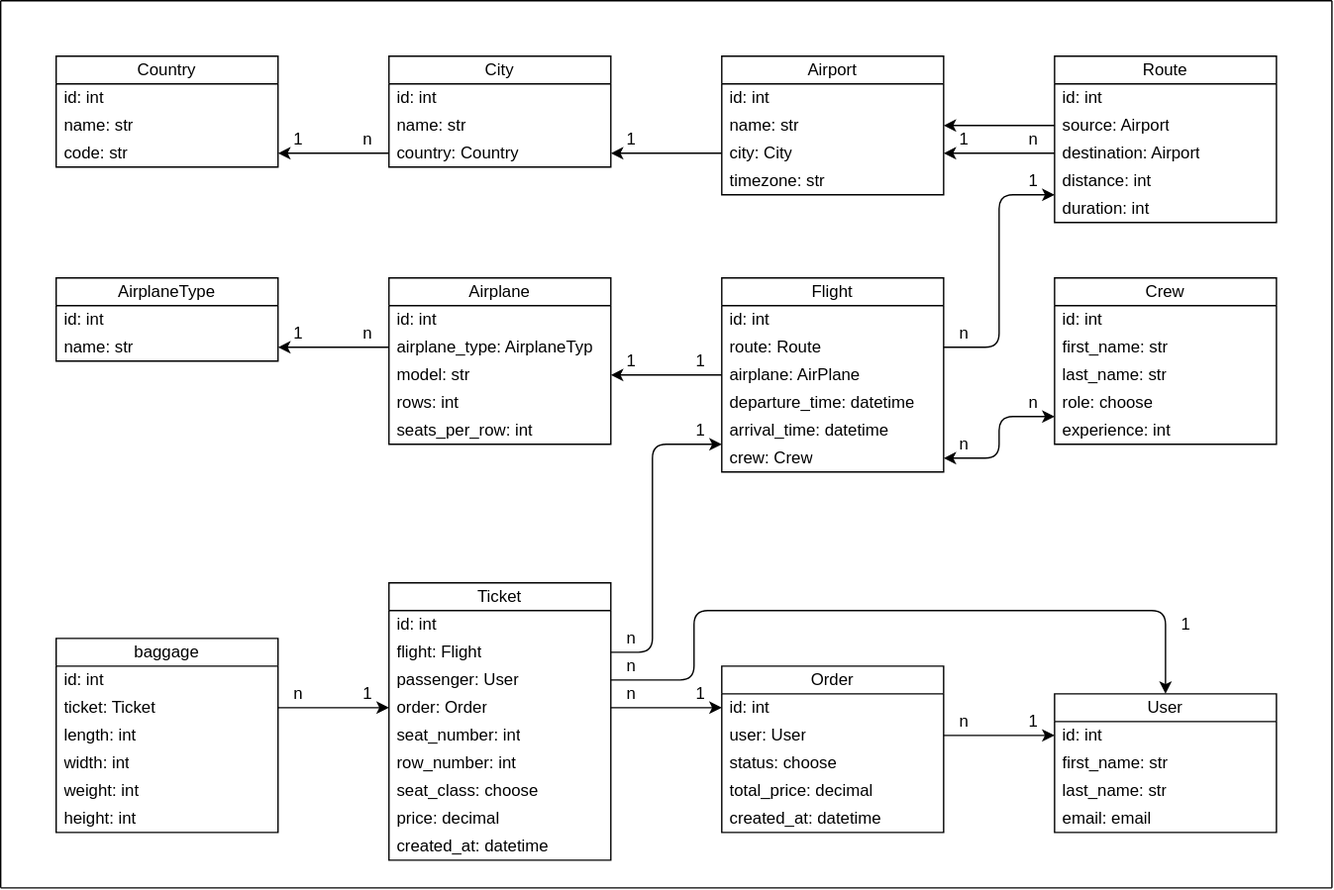
Above: model_structure.svg in SSSSSADO/airport-drf-api-service (draw.io), before the change. Source tidied: cells renumbered, new cells last; positions are measured from the earlier drawing's top-left corner, leaving out a move shared by most shapes.
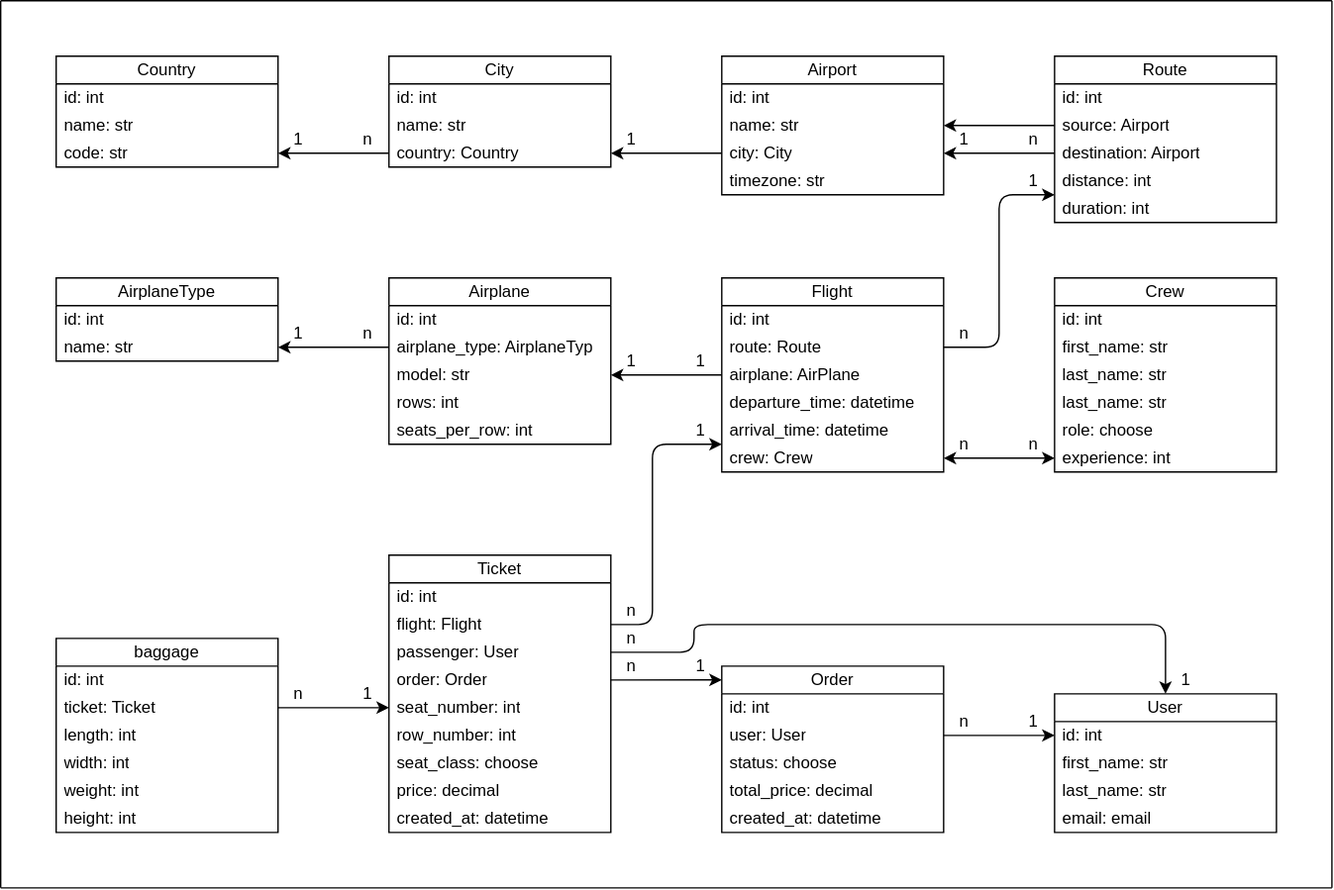
The same diagram one commit later.

What changed in the source:
```diff
@@ -90,7 +90,7 @@
       <mxGeometry y="100" width="160" height="20" as="geometry" />
     </mxCell>
     <mxCell id="31" value="Crew" style="swimlane;fontStyle=0;horizontal=1;startSize=20;whiteSpace=wrap;html=1;" parent="1" vertex="1">
-      <mxGeometry x="760" y="200" width="160" height="120" as="geometry" />
+      <mxGeometry x="760" y="200" width="160" height="140" as="geometry" />
     </mxCell>
     <mxCell id="32" value="id: int" style="text;strokeColor=none;fillColor=none;align=left;verticalAlign=middle;spacingLeft=4;spacingRight=4;overflow=hidden;whiteSpace=wrap;html=1;" parent="31" vertex="1">
       <mxGeometry y="20" width="160" height="20" as="geometry" />
@@ -98,14 +98,17 @@
     <mxCell id="33" value="first_name: str" style="text;strokeColor=none;fillColor=none;align=left;verticalAlign=middle;spacingLeft=4;spacingRight=4;overflow=hidden;whiteSpace=wrap;html=1;" parent="31" vertex="1">
       <mxGeometry y="40" width="160" height="20" as="geometry" />
     </mxCell>
+    <mxCell id="111" value="last_name: str" style="text;strokeColor=none;fillColor=none;align=left;verticalAlign=middle;spacingLeft=4;spacingRight=4;overflow=hidden;whiteSpace=wrap;html=1;" parent="31" vertex="1">
+      <mxGeometry y="60" width="160" height="20" as="geometry" />
+    </mxCell>
     <mxCell id="34" value="last_name: str" style="text;strokeColor=none;fillColor=none;align=left;verticalAlign=middle;spacingLeft=4;spacingRight=4;overflow=hidden;whiteSpace=wrap;html=1;" parent="31" vertex="1">
-      <mxGeometry y="60" width="160" height="20" as="geometry" />
+      <mxGeometry y="80" width="160" height="20" as="geometry" />
     </mxCell>
     <mxCell id="35" value="role: choose" style="text;strokeColor=none;fillColor=none;align=left;verticalAlign=middle;spacingLeft=4;spacingRight=4;overflow=hidden;whiteSpace=wrap;html=1;" parent="31" vertex="1">
-      <mxGeometry y="80" width="160" height="20" as="geometry" />
+      <mxGeometry y="100" width="160" height="20" as="geometry" />
     </mxCell>
     <mxCell id="36" value="experience: int" style="text;strokeColor=none;fillColor=none;align=left;verticalAlign=middle;spacingLeft=4;spacingRight=4;overflow=hidden;points=[[0,0.5],[1,0.5]];portConstraint=eastwest;whiteSpace=wrap;html=1;" parent="31" vertex="1">
-      <mxGeometry y="100" width="160" height="20" as="geometry" />
+      <mxGeometry y="120" width="160" height="20" as="geometry" />
     </mxCell>
     <mxCell id="37" value="Flight" style="swimlane;fontStyle=0;horizontal=1;startSize=20;whiteSpace=wrap;html=1;" parent="1" vertex="1">
       <mxGeometry x="520" y="200" width="160" height="140" as="geometry" />
@@ -163,7 +166,7 @@
       <mxGeometry relative="1" as="geometry" />
     </mxCell>
     <mxCell id="52" value="Ticket" style="swimlane;fontStyle=0;horizontal=1;startSize=20;whiteSpace=wrap;html=1;" parent="1" vertex="1">
-      <mxGeometry x="280" y="420" width="160" height="200" as="geometry" />
+      <mxGeometry x="280" y="400" width="160" height="200" as="geometry" />
     </mxCell>
     <mxCell id="53" value="id: int" style="text;strokeColor=none;fillColor=none;align=left;verticalAlign=middle;spacingLeft=4;spacingRight=4;overflow=hidden;whiteSpace=wrap;html=1;" parent="52" vertex="1">
       <mxGeometry y="20" width="160" height="20" as="geometry" />
@@ -317,25 +320,25 @@
         <mxPoint as="targetPoint" />
       </mxGeometry>
     </mxCell>
-    <mxCell id="94" style="edgeStyle=none;html=1;entryX=0;entryY=0.5;entryDx=0;entryDy=0;" parent="1" edge="1" source="70" target="56">
+    <mxCell id="94" style="edgeStyle=none;html=1;entryX=0;entryY=0.5;entryDx=0;entryDy=0;exitX=1;exitY=0.5;exitDx=0;exitDy=0;" parent="1" edge="1" source="70" target="57">
       <mxGeometry relative="1" as="geometry" />
     </mxCell>
-    <mxCell id="95" style="edgeStyle=none;html=1;entryX=0;entryY=0.5;entryDx=0;entryDy=0;" parent="1" edge="1" source="56" target="63">
+    <mxCell id="95" style="edgeStyle=none;html=1;entryX=0;entryY=0.083;entryDx=0;entryDy=0;exitX=1;exitY=0.5;exitDx=0;exitDy=0;entryPerimeter=0;" parent="1" edge="1" source="56" target="62">
       <mxGeometry relative="1" as="geometry" />
     </mxCell>
-    <mxCell id="96" style="edgeStyle=none;html=1;entryX=0.5;entryY=0;entryDx=0;entryDy=0;" parent="1" edge="1" source="55" target="75">
+    <mxCell id="96" style="edgeStyle=none;html=1;entryX=0.5;entryY=0;entryDx=0;entryDy=0;exitX=1;exitY=0.5;exitDx=0;exitDy=0;" parent="1" edge="1" source="55" target="75">
       <mxGeometry relative="1" as="geometry">
         <Array as="points">
-          <mxPoint x="500" y="490" />
-          <mxPoint x="500" y="440" />
-          <mxPoint x="840" y="440" />
+          <mxPoint x="500" y="470" />
+          <mxPoint x="500" y="450" />
+          <mxPoint x="840" y="450" />
         </Array>
       </mxGeometry>
     </mxCell>
-    <mxCell id="97" style="edgeStyle=none;html=1;entryX=0;entryY=0;entryDx=0;entryDy=0;entryPerimeter=0;" parent="1" edge="1" source="54" target="43">
+    <mxCell id="97" style="edgeStyle=none;html=1;entryX=0;entryY=0;entryDx=0;entryDy=0;entryPerimeter=0;exitX=1;exitY=0.5;exitDx=0;exitDy=0;" parent="1" edge="1" source="54" target="43">
       <mxGeometry relative="1" as="geometry">
         <Array as="points">
-          <mxPoint x="470" y="470" />
+          <mxPoint x="470" y="450" />
           <mxPoint x="470" y="320" />
         </Array>
       </mxGeometry>
@@ -352,27 +355,27 @@
     </object>
     <object id="100" label="1" name="Variable" placeholders="1">
       <mxCell style="text;html=1;strokeColor=none;fillColor=none;align=center;verticalAlign=middle;whiteSpace=wrap;overflow=hidden;" parent="1" vertex="1">
-        <mxGeometry x="500" y="490" width="10" height="20" as="geometry" />
+        <mxGeometry x="500" y="470" width="10" height="20" as="geometry" />
       </mxCell>
     </object>
     <object id="101" label="n" name="Variable" placeholders="1">
       <mxCell style="text;html=1;strokeColor=none;fillColor=none;align=center;verticalAlign=middle;whiteSpace=wrap;overflow=hidden;" parent="1" vertex="1">
-        <mxGeometry x="450" y="490" width="10" height="20" as="geometry" />
+        <mxGeometry x="450" y="470" width="10" height="20" as="geometry" />
       </mxCell>
     </object>
     <object id="102" label="n" name="Variable" placeholders="1">
       <mxCell style="text;html=1;strokeColor=none;fillColor=none;align=center;verticalAlign=middle;whiteSpace=wrap;overflow=hidden;" parent="1" vertex="1">
-        <mxGeometry x="450" y="470" width="10" height="20" as="geometry" />
+        <mxGeometry x="450" y="450" width="10" height="20" as="geometry" />
       </mxCell>
     </object>
     <object id="103" label="1" name="Variable" placeholders="1">
       <mxCell style="text;html=1;strokeColor=none;fillColor=none;align=center;verticalAlign=middle;whiteSpace=wrap;overflow=hidden;" parent="1" vertex="1">
-        <mxGeometry x="850" y="440" width="10" height="20" as="geometry" />
+        <mxGeometry x="850" y="480" width="10" height="20" as="geometry" />
       </mxCell>
     </object>
     <object id="104" label="n" name="Variable" placeholders="1">
       <mxCell style="text;html=1;strokeColor=none;fillColor=none;align=center;verticalAlign=middle;whiteSpace=wrap;overflow=hidden;" parent="1" vertex="1">
-        <mxGeometry x="450" y="450" width="10" height="20" as="geometry" />
+        <mxGeometry x="450" y="430" width="10" height="20" as="geometry" />
       </mxCell>
     </object>
     <object id="105" label="1" name="Variable" placeholders="1">
@@ -380,11 +383,10 @@
         <mxGeometry x="500" y="300" width="10" height="20" as="geometry" />
       </mxCell>
     </object>
-    <mxCell id="106" style="endArrow=classic;startArrow=classic;html=1;entryX=0;entryY=0;entryDx=0;entryDy=0;entryPerimeter=0;exitX=1;exitY=0.5;exitDx=0;exitDy=0;" parent="1" edge="1" source="43" target="36">
+    <mxCell id="106" style="endArrow=classic;startArrow=classic;html=1;entryX=0;entryY=0.5;entryDx=0;entryDy=0;exitX=1;exitY=0.5;exitDx=0;exitDy=0;" parent="1" edge="1" source="43" target="36">
       <mxGeometry relative="1" as="geometry">
         <Array as="points">
           <mxPoint x="720" y="330" />
-          <mxPoint x="720" y="300" />
         </Array>
       </mxGeometry>
     </mxCell>
@@ -395,7 +397,7 @@
     </object>
     <object id="108" label="n" name="Variable" placeholders="1">
       <mxCell style="text;html=1;strokeColor=none;fillColor=none;align=center;verticalAlign=middle;whiteSpace=wrap;overflow=hidden;" parent="1" vertex="1">
-        <mxGeometry x="740" y="280" width="10" height="20" as="geometry" />
+        <mxGeometry x="740" y="310" width="10" height="20" as="geometry" />
       </mxCell>
     </object>
     <object id="109" label="n" name="Variable" placeholders="1">
```
